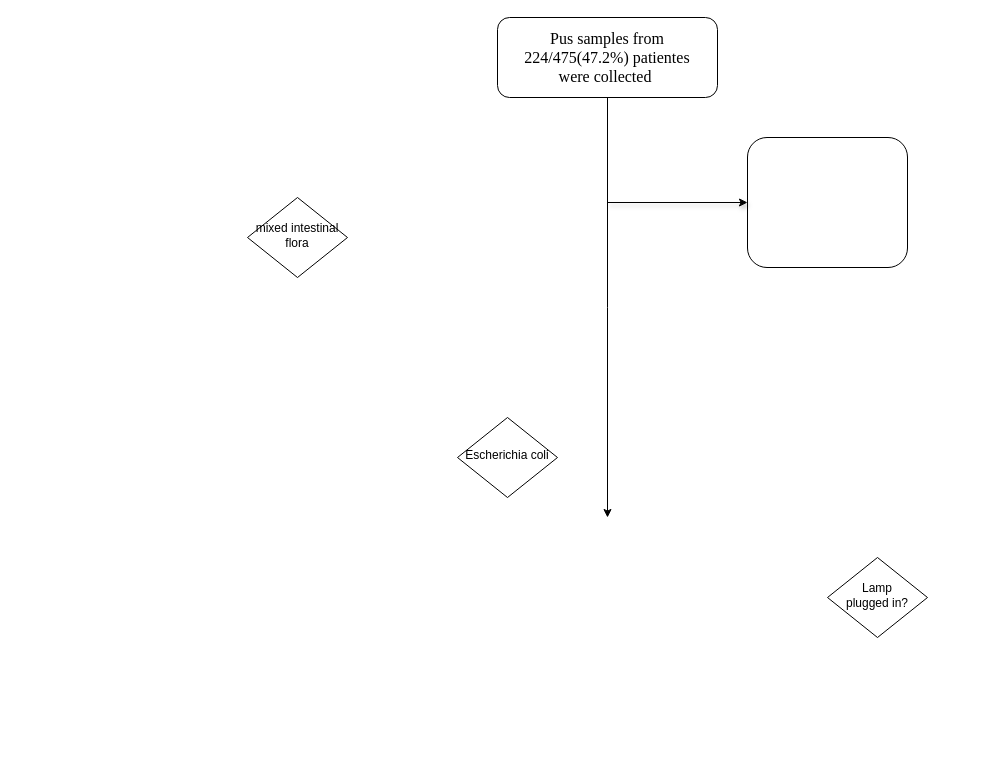
Earlier version of the draw.io diagram qqqqq.drawio (elfKiller3/writing_functions_in_r). Source tidied: cells renumbered, new cells numbered last; positions are measured from the earlier drawing's top-left corner, leaving out a move shared by most shapes. Both pictures are drawn from the tidied source at 100%, with x=0, y=0 at pixel (247, 17).
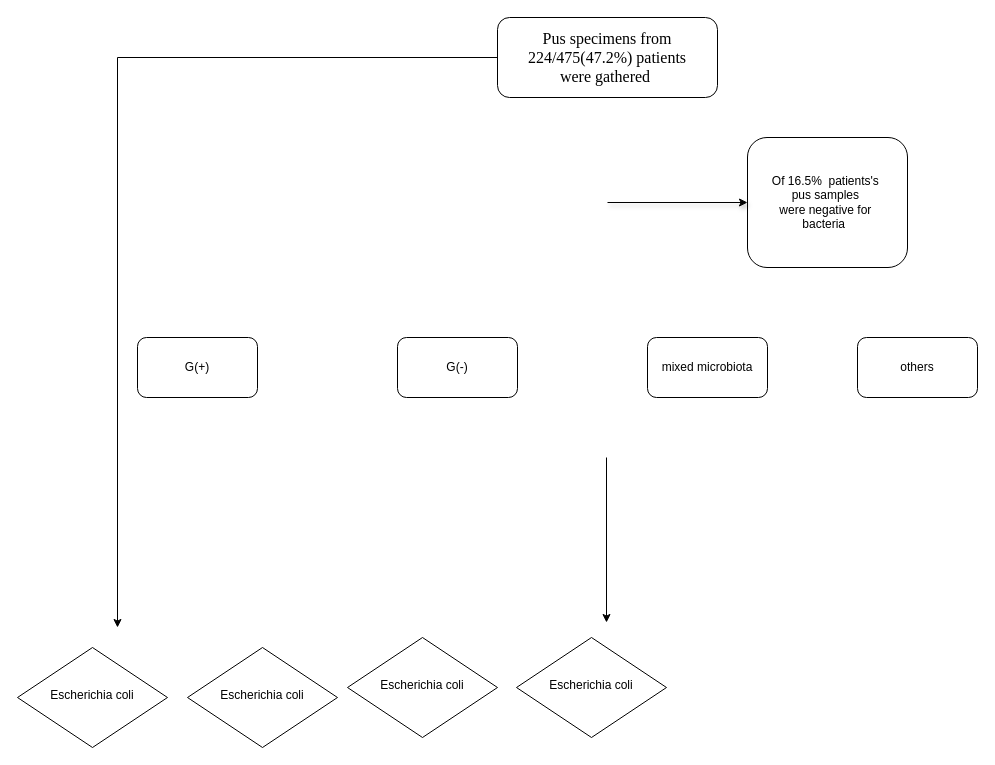
The same page after the edit.

What changed in the source:
```diff
@@
 <mxGraphModel>
   <root>
     <mxCell id="0" />
     <mxCell id="1" parent="0" />
-    <mxCell id="2" style="edgeStyle=orthogonalEdgeStyle;rounded=0;jettySize=auto;html=1;" parent="1" edge="1" source="3">
+    <mxCell id="2" style="edgeStyle=orthogonalEdgeStyle;rounded=0;jettySize=auto;html=1;exitX=0;exitY=0.5;exitDx=0;exitDy=0;" parent="1" edge="1" source="3">
       <mxGeometry relative="1" as="geometry">
-        <mxPoint x="360" y="500" as="targetPoint" />
+        <mxPoint x="-130" y="610" as="targetPoint" />
         <Array as="points">
-          <mxPoint x="360" y="290" />
-          <mxPoint x="360" y="290" />
+          <mxPoint x="-130" y="40" />
         </Array>
       </mxGeometry>
     </mxCell>
-    <mxCell id="3" value="&lt;font style=&quot;font-size: 16px;&quot; face=&quot;Times New Roman&quot;&gt;Pus samples from&lt;br&gt;224/475(47.2%) patientes&lt;br&gt;were&amp;nbsp;collected&amp;nbsp;&lt;/font&gt;" style="rounded=1;whiteSpace=wrap;html=1;fontSize=12;glass=0;strokeWidth=1;shadow=0;" parent="1" vertex="1">
+    <mxCell id="3" value="&lt;font style=&quot;font-size: 16px;&quot; face=&quot;Times New Roman&quot;&gt;Pus specimens from&lt;br&gt;224/475(47.2%) patients&lt;br&gt;were gathered&amp;nbsp;&lt;/font&gt;" style="rounded=1;whiteSpace=wrap;html=1;fontSize=12;glass=0;strokeWidth=1;shadow=0;" parent="1" vertex="1">
       <mxGeometry x="250" width="220" height="80" as="geometry" />
     </mxCell>
-    <mxCell id="4" value="mixed intestinal&lt;br&gt;flora" style="rhombus;whiteSpace=wrap;html=1;shadow=0;fontFamily=Helvetica;fontSize=12;align=center;strokeWidth=1;spacing=6;spacingTop=-4;" parent="1" vertex="1">
-      <mxGeometry y="180" width="100" height="80" as="geometry" />
-    </mxCell>
-    <mxCell id="5" value="Escherichia coli" style="rhombus;whiteSpace=wrap;html=1;shadow=0;fontFamily=Helvetica;fontSize=12;align=center;strokeWidth=1;spacing=6;spacingTop=-4;" parent="1" vertex="1">
-      <mxGeometry x="210" y="400" width="100" height="80" as="geometry" />
-    </mxCell>
-    <mxCell id="6" value="Lamp&lt;br&gt;plugged in?" style="rhombus;whiteSpace=wrap;html=1;shadow=0;fontFamily=Helvetica;fontSize=12;align=center;strokeWidth=1;spacing=6;spacingTop=-4;" parent="1" vertex="1">
-      <mxGeometry x="580" y="540" width="100" height="80" as="geometry" />
-    </mxCell>
+    <mxCell id="9" style="edgeStyle=orthogonalEdgeStyle;rounded=0;orthogonalLoop=1;jettySize=auto;html=1;" parent="1" edge="1">
+      <mxGeometry relative="1" as="geometry">
+        <mxPoint x="359" y="440" as="sourcePoint" />
+        <mxPoint x="359" y="605" as="targetPoint" />
+      </mxGeometry>
+    </mxCell>
-    <mxCell id="7" style="rounded=1;whiteSpace=wrap;html=1;" parent="1" vertex="1">
+    <mxCell id="7" value="Of 16.5%&amp;nbsp; patients's&amp;nbsp;&lt;br&gt;pus samples&amp;nbsp;&lt;br&gt;were negative for&amp;nbsp;&lt;br&gt;bacteria&amp;nbsp;&amp;nbsp;" style="rounded=1;whiteSpace=wrap;html=1;" parent="1" vertex="1">
       <mxGeometry x="500" y="120" width="160" height="130" as="geometry" />
     </mxCell>
     <mxCell id="8" style="rounded=0;jettySize=auto;html=1;shadow=1;" parent="1" edge="1" target="7">
       <mxGeometry relative="1" as="geometry">
         <mxPoint x="360" y="185" as="sourcePoint" />
       </mxGeometry>
     </mxCell>
+    <mxCell id="10" value="G(+)" style="rounded=1;whiteSpace=wrap;html=1;flipH=1;" parent="1" vertex="1">
+      <mxGeometry x="-110" y="320" width="120" height="60" as="geometry" />
+    </mxCell>
+    <mxCell id="11" value="G(-)" style="rounded=1;whiteSpace=wrap;html=1;flipH=1;" parent="1" vertex="1">
+      <mxGeometry x="150" y="320" width="120" height="60" as="geometry" />
+    </mxCell>
+    <mxCell id="12" value="mixed microbiota" style="rounded=1;whiteSpace=wrap;html=1;flipH=1;" parent="1" vertex="1">
+      <mxGeometry x="400" y="320" width="120" height="60" as="geometry" />
+    </mxCell>
+    <mxCell id="13" value="others" style="rounded=1;whiteSpace=wrap;html=1;flipH=1;" parent="1" vertex="1">
+      <mxGeometry x="610" y="320" width="120" height="60" as="geometry" />
+    </mxCell>
+    <mxCell id="14" value="Escherichia coli" style="rhombus;whiteSpace=wrap;html=1;shadow=0;fontFamily=Helvetica;fontSize=12;align=center;strokeWidth=1;spacing=6;spacingTop=-4;flipV=1;" parent="1" vertex="1">
+      <mxGeometry x="-230" y="630" width="150" height="100" as="geometry" />
+    </mxCell>
+    <mxCell id="15" value="Escherichia coli" style="rhombus;whiteSpace=wrap;html=1;shadow=0;fontFamily=Helvetica;fontSize=12;align=center;strokeWidth=1;spacing=6;spacingTop=-4;flipV=1;" parent="1" vertex="1">
+      <mxGeometry x="-60" y="630" width="150" height="100" as="geometry" />
+    </mxCell>
+    <mxCell id="16" value="Escherichia coli" style="rhombus;whiteSpace=wrap;html=1;shadow=0;fontFamily=Helvetica;fontSize=12;align=center;strokeWidth=1;spacing=6;spacingTop=-4;flipV=1;" parent="1" vertex="1">
+      <mxGeometry x="100" y="620" width="150" height="100" as="geometry" />
+    </mxCell>
+    <mxCell id="17" value="Escherichia coli" style="rhombus;whiteSpace=wrap;html=1;shadow=0;fontFamily=Helvetica;fontSize=12;align=center;strokeWidth=1;spacing=6;spacingTop=-4;flipV=1;" parent="1" vertex="1">
+      <mxGeometry x="269" y="620" width="150" height="100" as="geometry" />
+    </mxCell>
   </root>
 </mxGraphModel>
```
